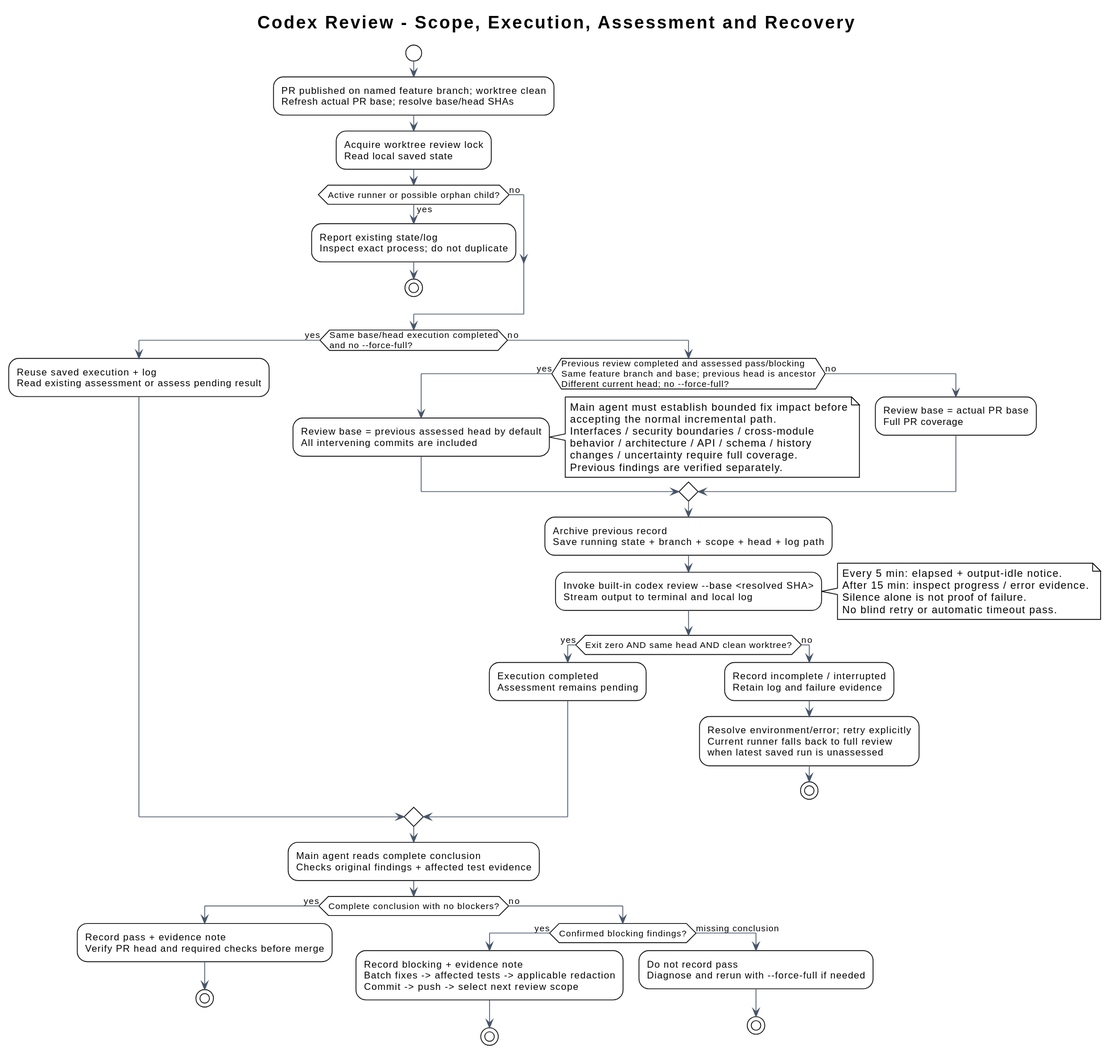
The PlantUML diagram docs/diagrams/review-execution.svg in i-zrhe2016/codex-development-workflow, before a commit.
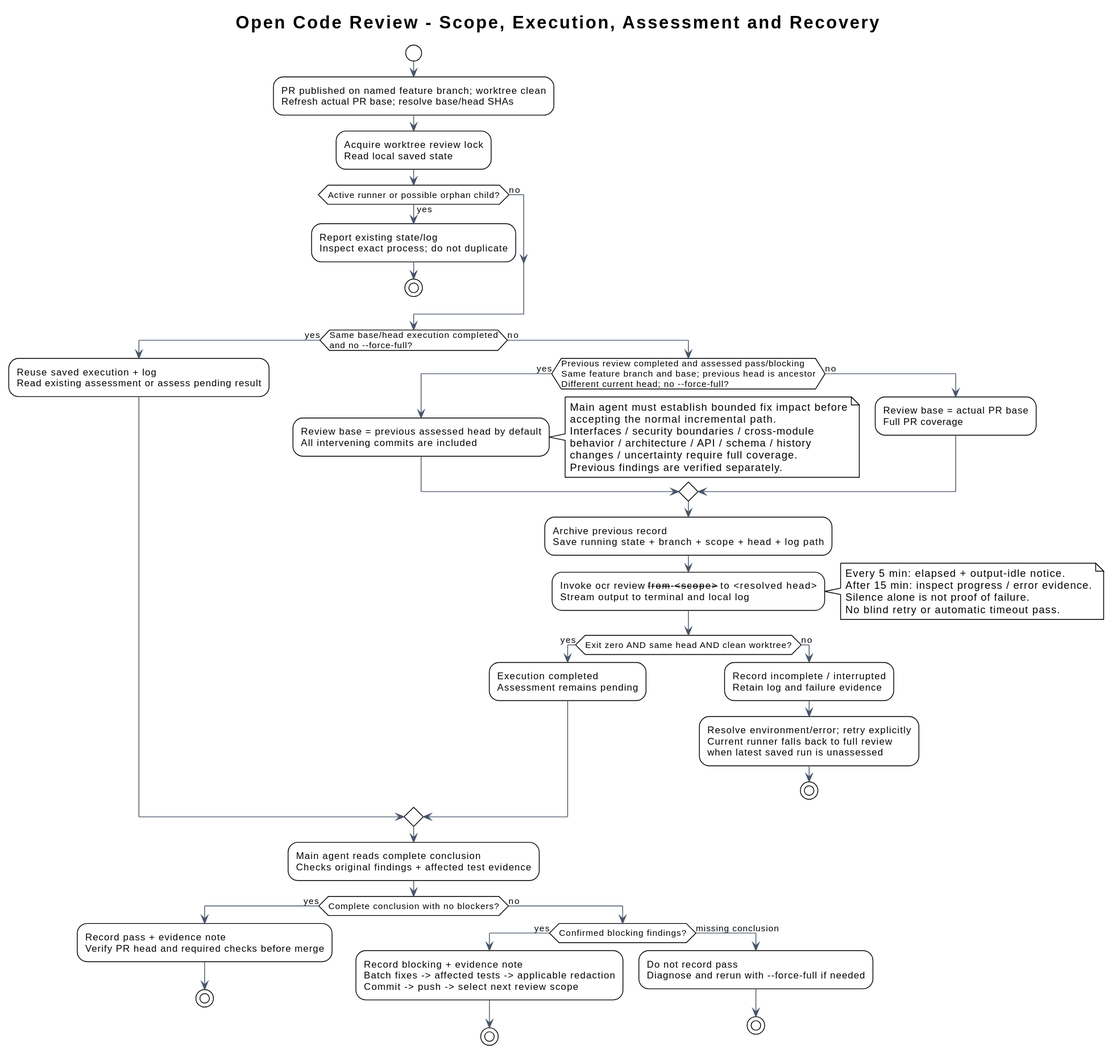
After the commit.

Diff of the diagram source:
```diff
@@ -3,7 +3,7 @@
 skinparam defaultFontName Arial
 skinparam shadowing false
 skinparam ArrowColor #475569
-title Codex Review - Scope, Execution, Assessment and Recovery
+title Open Code Review - Scope, Execution, Assessment and Recovery
 
 start
 :PR published on named feature branch; worktree clean\nRefresh actual PR base; resolve base/head SHAs;
@@ -30,7 +30,7 @@
     :Review base = actual PR base\nFull PR coverage;
   endif
   :Archive previous record\nSave running state + branch + scope + head + log path;
-  :Invoke built-in codex review --base <resolved SHA>\nStream output to terminal and local log;
+  :Invoke ocr review --from <scope> --to <resolved head>\nStream output to terminal and local log;
   note right
     Every 5 min: elapsed + output-idle notice.
     After 15 min: inspect progress / error evidence.
```
